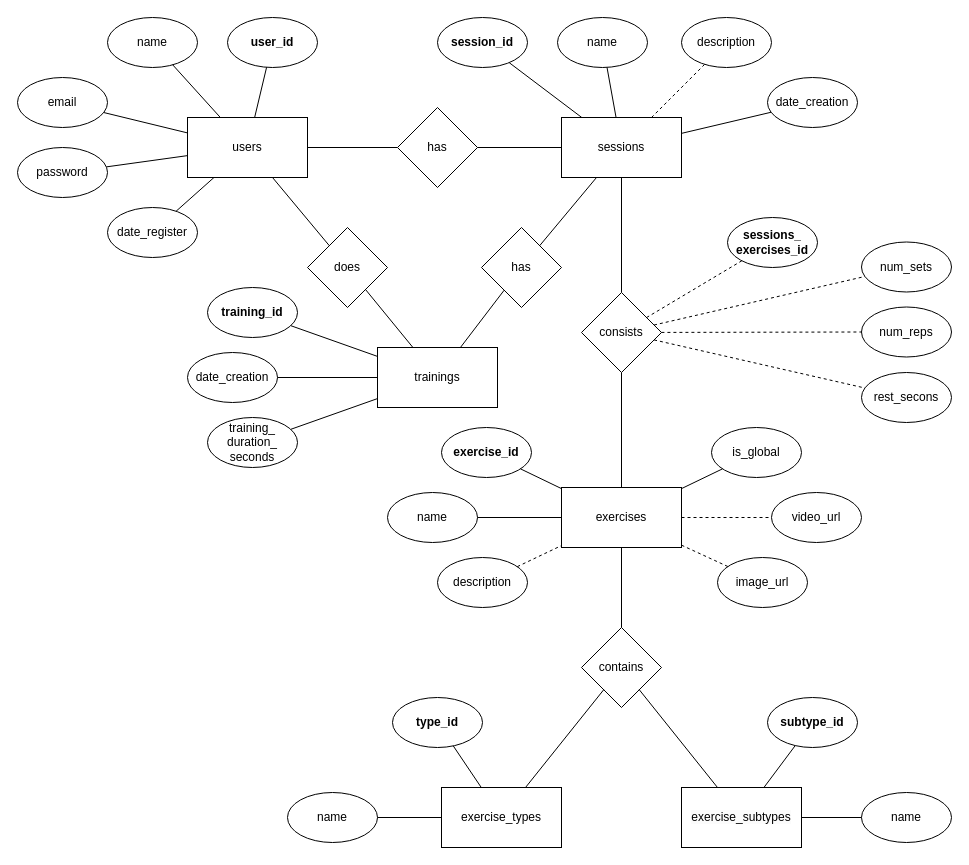
The draw.io diagram TFG/Documentation/diagrama-er.drawio in david13penalver/DAW-2, before the edit. Source tidied: cells renumbered, new cells numbered last; positions are measured from the earlier drawing's top-left corner, leaving out a move shared by most shapes. Both pictures are drawn from the tidied source at 100%, with x=0, y=0 at pixel (17, 17).
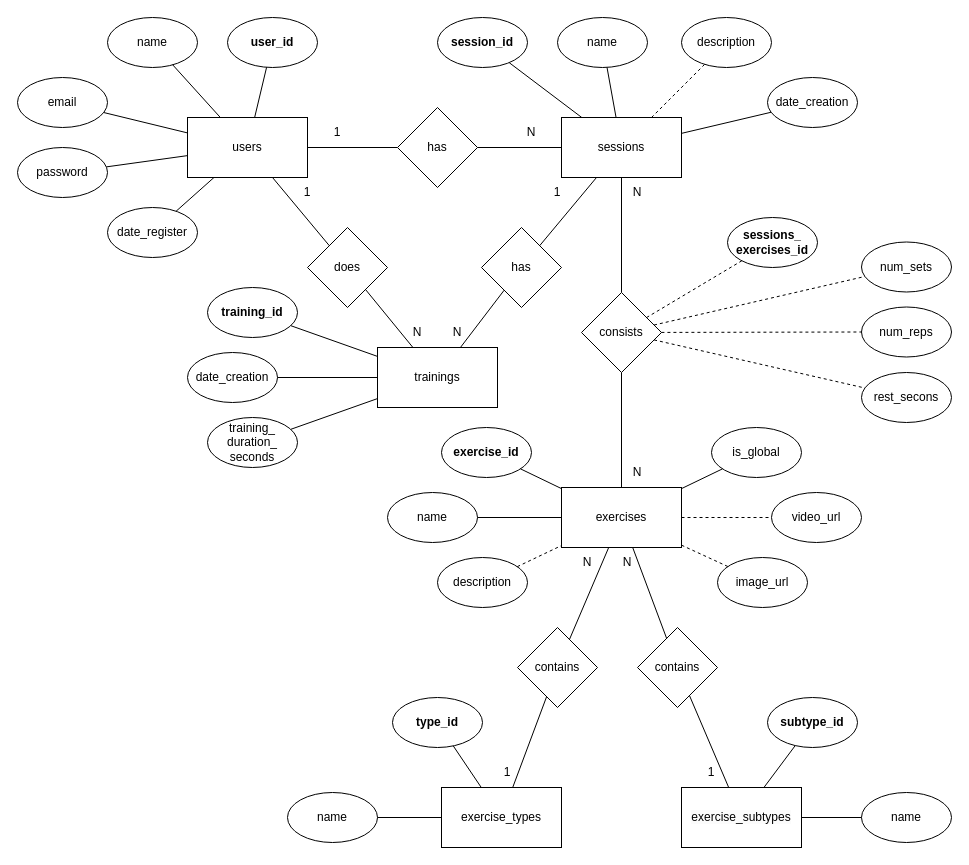
The same page after the edit.

Commit message (it also covers changes not shown here):
TFG: Entity-Relationship Diagram completed

The change refers to these unchanged cells:
```xml
<mxCell id="4" value="exercises" style="rounded=0;whiteSpace=wrap;html=1;" parent="1" vertex="1">
  <mxGeometry x="544" y="470" width="120" height="60" as="geometry" />
</mxCell>
<mxCell id="5" value="exercise_types" style="rounded=0;whiteSpace=wrap;html=1;" parent="1" vertex="1">
  <mxGeometry x="424" y="770" width="120" height="60" as="geometry" />
</mxCell>
```

The edit, as a diff of the source:
```diff
@@
     <mxCell id="11" value="contains" style="rhombus;whiteSpace=wrap;html=1;" parent="1" vertex="1">
-      <mxGeometry x="564" y="610" width="80" height="80" as="geometry" />
+      <mxGeometry x="620" y="610" width="80" height="80" as="geometry" />
     </mxCell>
@@
-    <mxCell id="14" style="endArrow=none;html=1;rounded=0;" parent="1" edge="1" source="5" target="11">
+    <mxCell id="14" style="endArrow=none;html=1;rounded=0;" parent="1" edge="1" source="5" target="76">
       <mxGeometry relative="1" as="geometry" />
     </mxCell>
@@
+    <mxCell id="76" value="contains" style="rhombus;whiteSpace=wrap;html=1;" parent="1" vertex="1">
+      <mxGeometry x="500" y="610" width="80" height="80" as="geometry" />
+    </mxCell>
+    <mxCell id="77" style="endArrow=none;html=1;rounded=0;" parent="1" edge="1" source="76" target="4">
+      <mxGeometry relative="1" as="geometry" />
+    </mxCell>
+    <mxCell id="78" value="N" style="text;html=1;align=center;verticalAlign=middle;whiteSpace=wrap;rounded=0;" parent="1" vertex="1">
+      <mxGeometry x="484" y="100" width="60" height="30" as="geometry" />
+    </mxCell>
+    <mxCell id="79" value="1" style="text;html=1;align=center;verticalAlign=middle;whiteSpace=wrap;rounded=0;" parent="1" vertex="1">
+      <mxGeometry x="290" y="100" width="60" height="30" as="geometry" />
+    </mxCell>
+    <mxCell id="80" value="N" style="text;html=1;align=center;verticalAlign=middle;whiteSpace=wrap;rounded=0;" parent="1" vertex="1">
+      <mxGeometry x="370" y="300" width="60" height="30" as="geometry" />
+    </mxCell>
+    <mxCell id="81" value="1" style="text;html=1;align=center;verticalAlign=middle;whiteSpace=wrap;rounded=0;" parent="1" vertex="1">
+      <mxGeometry x="260" y="160" width="60" height="30" as="geometry" />
+    </mxCell>
+    <mxCell id="82" value="N" style="text;html=1;align=center;verticalAlign=middle;whiteSpace=wrap;rounded=0;" parent="1" vertex="1">
+      <mxGeometry x="410" y="299.5" width="60" height="30" as="geometry" />
+    </mxCell>
+    <mxCell id="83" value="1" style="text;html=1;align=center;verticalAlign=middle;whiteSpace=wrap;rounded=0;" parent="1" vertex="1">
+      <mxGeometry x="510" y="160" width="60" height="30" as="geometry" />
+    </mxCell>
+    <mxCell id="84" value="N" style="text;html=1;align=center;verticalAlign=middle;whiteSpace=wrap;rounded=0;" parent="1" vertex="1">
+      <mxGeometry x="590" y="160" width="60" height="30" as="geometry" />
+    </mxCell>
+    <mxCell id="85" value="N" style="text;html=1;align=center;verticalAlign=middle;whiteSpace=wrap;rounded=0;" parent="1" vertex="1">
+      <mxGeometry x="590" y="440" width="60" height="30" as="geometry" />
+    </mxCell>
+    <mxCell id="86" value="1" style="text;html=1;align=center;verticalAlign=middle;whiteSpace=wrap;rounded=0;" parent="1" vertex="1">
+      <mxGeometry x="664" y="740" width="60" height="30" as="geometry" />
+    </mxCell>
+    <mxCell id="87" value="1" style="text;html=1;align=center;verticalAlign=middle;whiteSpace=wrap;rounded=0;" parent="1" vertex="1">
+      <mxGeometry x="460" y="740" width="60" height="30" as="geometry" />
+    </mxCell>
+    <mxCell id="88" value="N" style="text;html=1;align=center;verticalAlign=middle;whiteSpace=wrap;rounded=0;" parent="1" vertex="1">
+      <mxGeometry x="540" y="530" width="60" height="30" as="geometry" />
+    </mxCell>
+    <mxCell id="89" value="N" style="text;html=1;align=center;verticalAlign=middle;whiteSpace=wrap;rounded=0;" parent="1" vertex="1">
+      <mxGeometry x="580" y="530" width="60" height="30" as="geometry" />
+    </mxCell>
```
